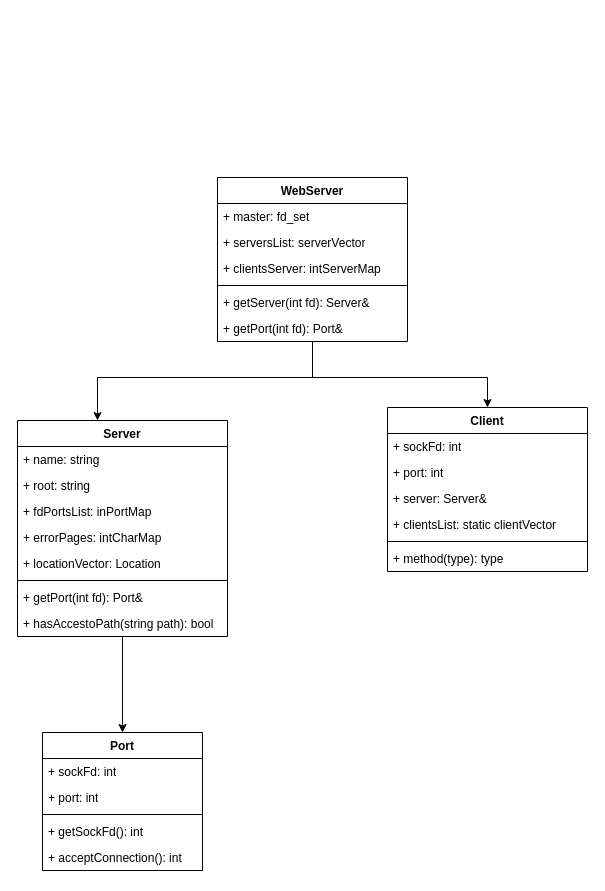
This is WebServer.drawio from otaola03/WebServer, a draw.io file, before an edit. Source tidied: cells renumbered, new cells numbered last; positions are measured from the earlier drawing's top-left corner, leaving out a move shared by most shapes. Both pictures are drawn from the tidied source at 100%, with x=0, y=0 at pixel (17, 177).
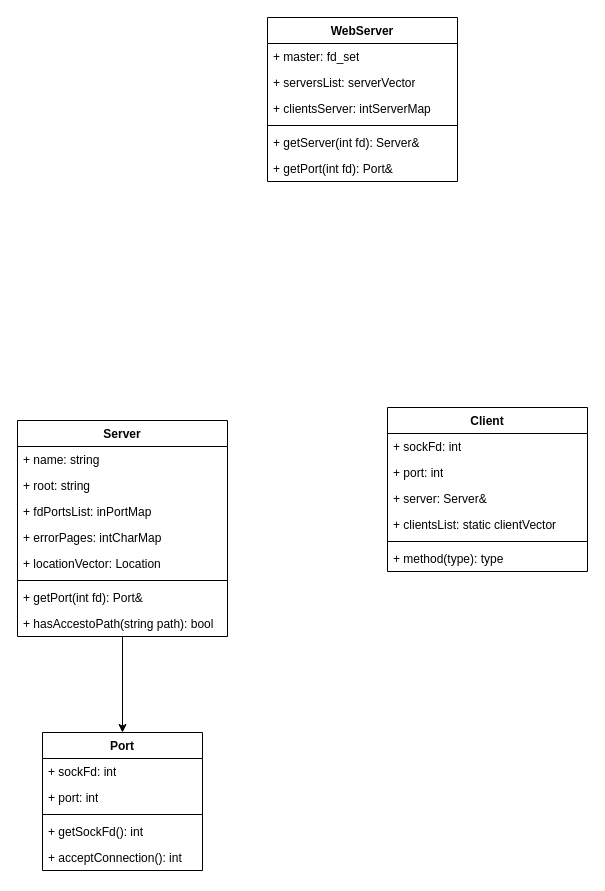
After the change.

Unchanged cells that the change refers to:
```xml
<mxCell id="12" value="Server" style="swimlane;fontStyle=1;align=center;verticalAlign=top;horizontal=1;startSize=26;whiteSpace=wrap;html=1;" parent="1" vertex="1">
  <mxGeometry y="243" width="210" height="216" as="geometry" />
</mxCell>
<mxCell id="27" value="Client" style="swimlane;fontStyle=1;align=center;verticalAlign=top;horizontal=1;startSize=26;whiteSpace=wrap;html=1;" parent="1" vertex="1">
  <mxGeometry x="370" y="230" width="200" height="164" as="geometry" />
</mxCell>
```

The edit, as a diff of the source:
```diff
@@
-    <mxCell id="2" style="edgeStyle=orthogonalEdgeStyle;rounded=0;jettySize=auto;html=1;" parent="1" edge="1" source="4" target="12">
-      <mxGeometry relative="1" as="geometry">
-        <Array as="points">
-          <mxPoint x="295" y="200" />
-          <mxPoint x="80" y="200" />
-        </Array>
-      </mxGeometry>
-    </mxCell>
-    <mxCell id="3" style="edgeStyle=orthogonalEdgeStyle;rounded=0;jettySize=auto;html=1;" parent="1" edge="1" source="4" target="27">
-      <mxGeometry relative="1" as="geometry">
-        <Array as="points">
-          <mxPoint x="295" y="200" />
-          <mxPoint x="470" y="200" />
-        </Array>
-      </mxGeometry>
-    </mxCell>
     <mxCell id="4" value="WebServer" style="swimlane;fontStyle=1;align=center;verticalAlign=top;horizontal=1;startSize=26;whiteSpace=wrap;html=1;" parent="1" vertex="1">
-      <mxGeometry x="200" width="190" height="164" as="geometry" />
+      <mxGeometry x="250" y="-160" width="190" height="164" as="geometry" />
     </mxCell>
```
